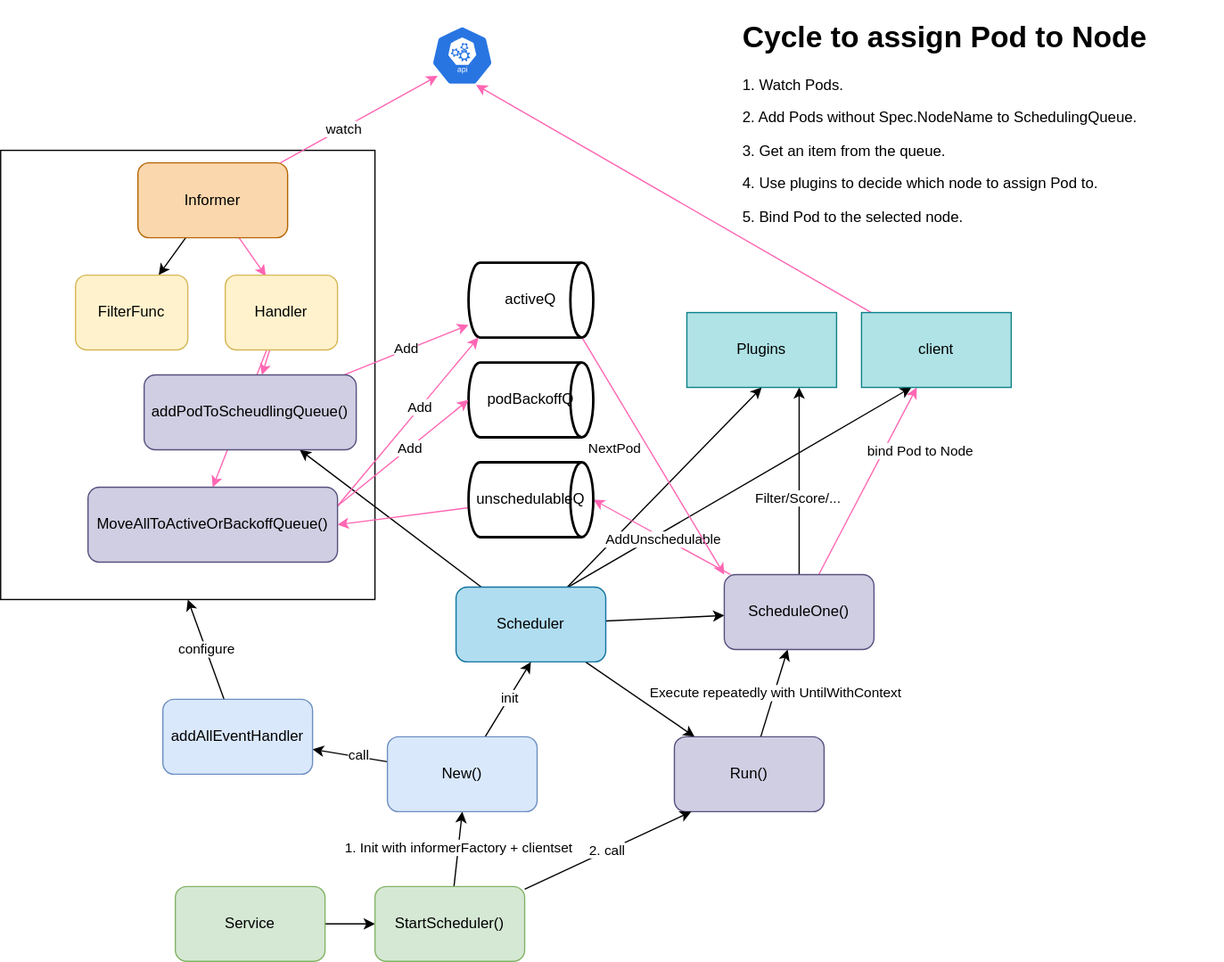
nakamasato/mini-kube-scheduler keeps this draw.io diagram as diagram.drawio.svg. Above is the earlier version. Source tidied: cells renumbered, new cells last; positions are measured from the earlier drawing's top-left corner, leaving out a move shared by most shapes.
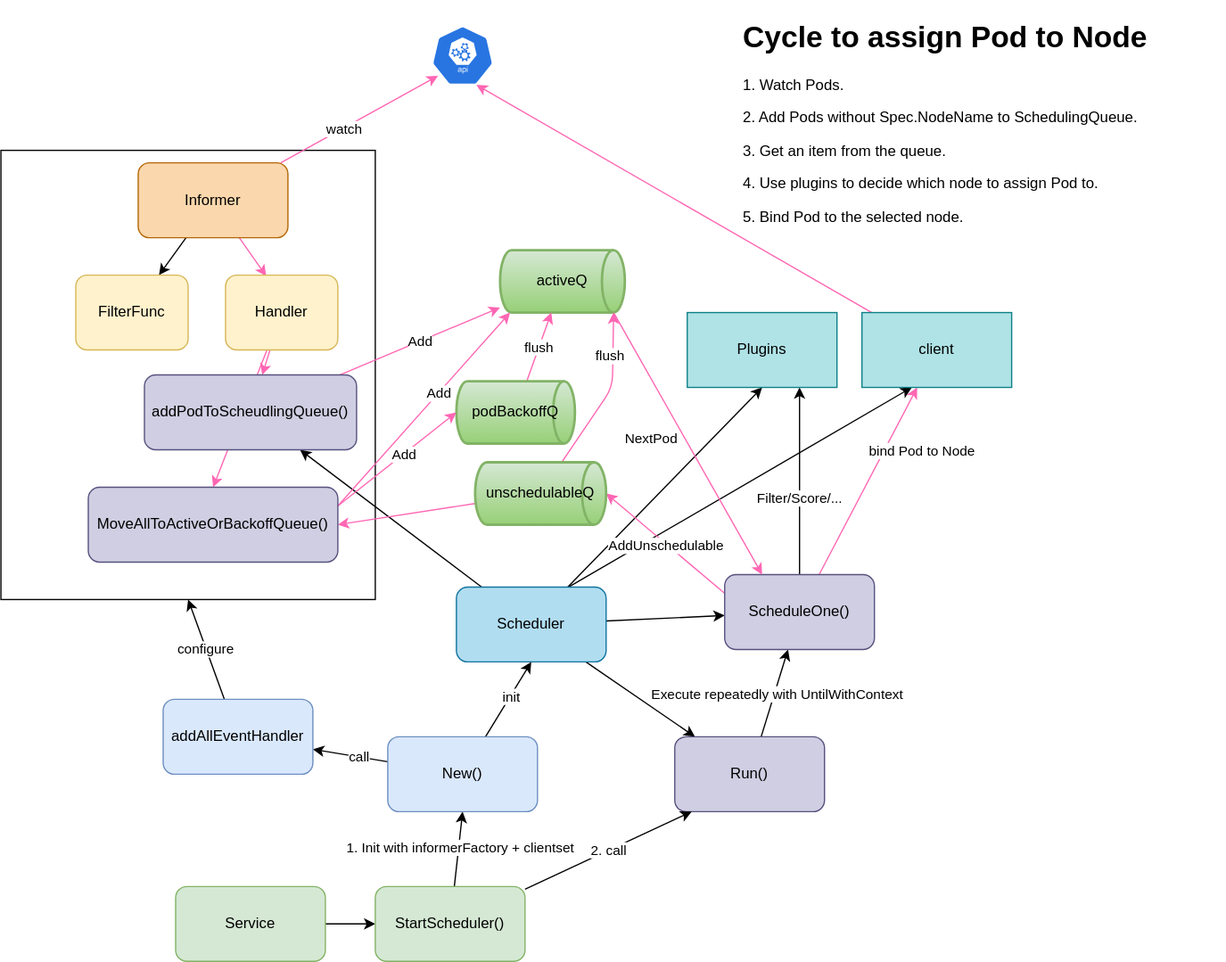
The same file after the commit.

Commit message:
8. Flush Queue (Update README and diagram) (#18)

The edit, as a diff of the source:
```diff
@@ -82,7 +82,7 @@
     <mxCell id="27" value="Filter/Score/..." style="edgeLabel;html=1;align=center;verticalAlign=middle;" parent="26" vertex="1">
       <mxGeometry x="-0.18" y="1" relative="1" as="geometry" />
     </mxCell>
-    <mxCell id="28" style="edgeStyle=none;html=1;strokeColor=#FF66B3;entryX=1;entryY=0.5;entryDx=0;entryDy=0;entryPerimeter=0;" parent="1" edge="1" source="30" target="55">
+    <mxCell id="28" style="edgeStyle=none;html=1;strokeColor=#FF66B3;entryX=1;entryY=0.5;entryDx=0;entryDy=0;entryPerimeter=0;exitX=0;exitY=0.25;exitDx=0;exitDy=0;" parent="1" edge="1" source="30" target="55">
       <mxGeometry relative="1" as="geometry" />
     </mxCell>
     <mxCell id="29" value="AddUnschedulable" style="edgeLabel;html=1;align=center;verticalAlign=middle;" parent="28" vertex="1">
@@ -91,7 +91,7 @@
     <mxCell id="30" value="ScheduleOne()" style="rounded=1;whiteSpace=wrap;html=1;fillColor=#d0cee2;strokeColor=#56517e;" parent="1" vertex="1">
       <mxGeometry x="580" y="450" width="120" height="60" as="geometry" />
     </mxCell>
-    <mxCell id="31" style="edgeStyle=none;html=1;entryX=0;entryY=0;entryDx=0;entryDy=0;strokeColor=#FF66B3;exitX=0.91;exitY=1;exitDx=0;exitDy=0;exitPerimeter=0;" parent="1" edge="1" source="51" target="30">
+    <mxCell id="31" style="edgeStyle=none;html=1;entryX=0.25;entryY=0;entryDx=0;entryDy=0;strokeColor=#FF66B3;exitX=0.91;exitY=1;exitDx=0;exitDy=0;exitPerimeter=0;" parent="1" edge="1" source="51" target="30">
       <mxGeometry relative="1" as="geometry" />
     </mxCell>
     <mxCell id="32" value="NextPod" style="edgeLabel;html=1;align=center;verticalAlign=middle;" parent="31" vertex="1">
@@ -157,8 +157,8 @@
     <mxCell id="50" value="&lt;h1&gt;Cycle to assign Pod to Node&lt;/h1&gt;&lt;p&gt;1. Watch Pods.&lt;/p&gt;&lt;p&gt;2. Add Pods without Spec.NodeName to SchedulingQueue.&lt;/p&gt;&lt;p&gt;3. Get an item from the queue.&lt;/p&gt;&lt;p&gt;4. Use plugins to decide which node to assign Pod to.&lt;/p&gt;&lt;p&gt;5. Bind Pod to the selected node.&lt;/p&gt;" style="text;html=1;strokeColor=none;fillColor=none;spacing=5;spacingTop=-20;whiteSpace=wrap;overflow=hidden;rounded=0;" parent="1" vertex="1">
       <mxGeometry x="590" width="390" height="180" as="geometry" />
     </mxCell>
-    <mxCell id="51" value="activeQ" style="strokeWidth=2;html=1;shape=mxgraph.flowchart.direct_data;whiteSpace=wrap;" parent="1" vertex="1">
-      <mxGeometry x="375" y="200" width="100" height="60" as="geometry" />
+    <mxCell id="51" value="activeQ" style="strokeWidth=2;html=1;shape=mxgraph.flowchart.direct_data;whiteSpace=wrap;fillColor=#d5e8d4;gradientColor=#97d077;strokeColor=#82b366;" parent="1" vertex="1">
+      <mxGeometry x="400" y="190" width="100" height="50" as="geometry" />
     </mxCell>
     <mxCell id="52" style="edgeStyle=none;html=1;entryX=1;entryY=0.5;entryDx=0;entryDy=0;strokeColor=#FF66B3;" parent="1" edge="1" source="55" target="59">
       <mxGeometry relative="1" as="geometry" />
@@ -169,11 +169,24 @@
     <mxCell id="54" value="Add" style="edgeLabel;html=1;align=center;verticalAlign=middle;" parent="53" vertex="1">
       <mxGeometry x="0.17" relative="1" as="geometry" />
     </mxCell>
+    <mxCell id="60" style="edgeStyle=none;html=1;entryX=0.91;entryY=1;entryDx=0;entryDy=0;entryPerimeter=0;strokeColor=#FF66B3;" parent="1" edge="1" source="55" target="51">
+      <mxGeometry relative="1" as="geometry">
+        <Array as="points">
+          <mxPoint x="490" y="300" />
+        </Array>
+      </mxGeometry>
+    </mxCell>
+    <mxCell id="61" value="flush" style="edgeLabel;html=1;align=center;verticalAlign=middle;" parent="60" vertex="1">
+      <mxGeometry x="0.5" y="3" relative="1" as="geometry" />
+    </mxCell>
-    <mxCell id="55" value="unschedulableQ" style="strokeWidth=2;html=1;shape=mxgraph.flowchart.direct_data;whiteSpace=wrap;" parent="1" vertex="1">
-      <mxGeometry x="375" y="360" width="100" height="60" as="geometry" />
+    <mxCell id="55" value="unschedulableQ" style="strokeWidth=2;html=1;shape=mxgraph.flowchart.direct_data;whiteSpace=wrap;fillColor=#d5e8d4;gradientColor=#97d077;strokeColor=#82b366;" parent="1" vertex="1">
+      <mxGeometry x="380" y="360" width="105" height="50" as="geometry" />
     </mxCell>
+    <mxCell id="62" value="flush" style="edgeStyle=none;html=1;strokeColor=#FF66B3;" parent="1" edge="1" source="56" target="51">
+      <mxGeometry relative="1" as="geometry" />
+    </mxCell>
-    <mxCell id="56" value="podBackoffQ" style="strokeWidth=2;html=1;shape=mxgraph.flowchart.direct_data;whiteSpace=wrap;" parent="1" vertex="1">
-      <mxGeometry x="375" y="280" width="100" height="60" as="geometry" />
+    <mxCell id="56" value="podBackoffQ" style="strokeWidth=2;html=1;shape=mxgraph.flowchart.direct_data;whiteSpace=wrap;fillColor=#d5e8d4;gradientColor=#97d077;strokeColor=#82b366;" parent="1" vertex="1">
+      <mxGeometry x="365" y="295" width="95" height="50" as="geometry" />
     </mxCell>
     <mxCell id="57" style="edgeStyle=none;html=1;entryX=0;entryY=0.5;entryDx=0;entryDy=0;entryPerimeter=0;strokeColor=#FF66B3;exitX=1;exitY=0.25;exitDx=0;exitDy=0;" parent="1" edge="1" source="59" target="56">
       <mxGeometry relative="1" as="geometry" />
```
